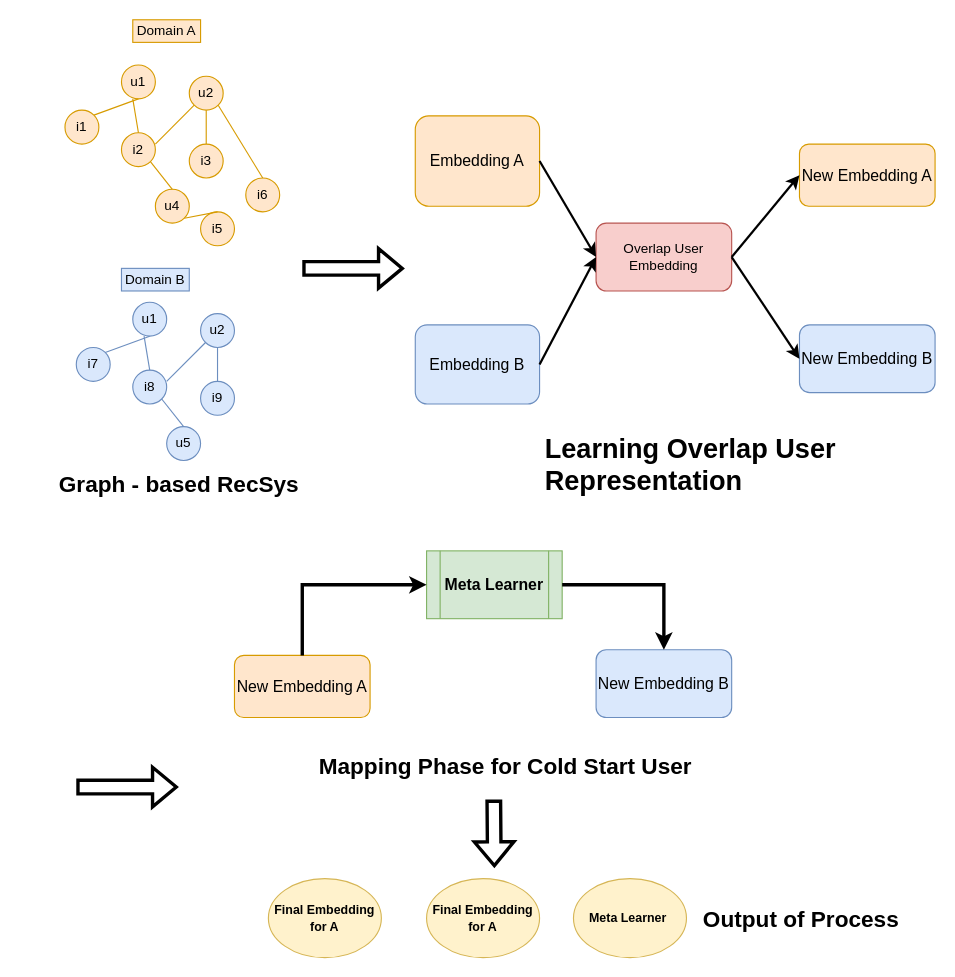
Before: page "Page-2" (2 of 3) of VDT.drawio in minhkks/Mini_Project_VDT, a draw.io diagram. Source tidied: cells renumbered, new cells numbered last; positions are measured from the earlier drawing's top-left corner, leaving out a move shared by most shapes. Both pictures are drawn from the tidied source at 113%, with x=0, y=0 at pixel (53, 19).
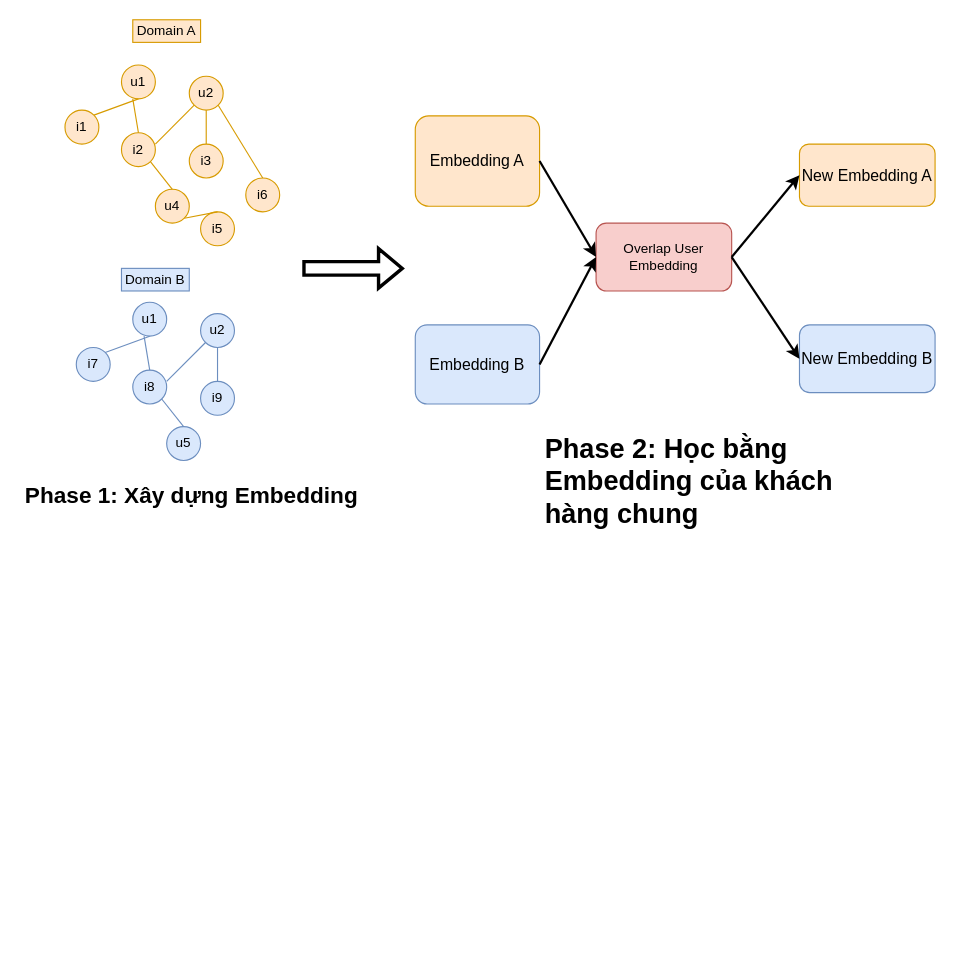
The same page after the edit.

What changed in the source:
```diff
@@
-    <mxCell id="17" value="&lt;h1&gt;&lt;span style=&quot;background-color: initial;&quot;&gt;&lt;font style=&quot;font-size: 20px;&quot;&gt;Graph - based RecSys&lt;/font&gt;&lt;/span&gt;&lt;/h1&gt;" style="text;html=1;strokeColor=none;fillColor=none;spacing=5;spacingTop=-20;whiteSpace=wrap;overflow=hidden;rounded=0;" parent="1" vertex="1">
-      <mxGeometry y="390" width="230" height="40" as="geometry" />
+    <mxCell id="17" value="&lt;h1&gt;&lt;span style=&quot;background-color: initial;&quot;&gt;&lt;font style=&quot;font-size: 20px;&quot;&gt;Phase 1: Xây dựng Embedding&lt;/font&gt;&lt;/span&gt;&lt;/h1&gt;" style="text;html=1;strokeColor=none;fillColor=none;spacing=5;spacingTop=-20;whiteSpace=wrap;overflow=hidden;rounded=0;" parent="1" vertex="1">
+      <mxGeometry x="-30" y="400" width="310" height="40" as="geometry" />
     </mxCell>
@@
-    <mxCell id="37" value="&lt;h1&gt;Learning Overlap User Representation&lt;/h1&gt;" style="text;html=1;strokeColor=none;fillColor=none;spacing=5;spacingTop=-20;whiteSpace=wrap;overflow=hidden;rounded=0;" parent="1" vertex="1">
+    <mxCell id="37" value="&lt;h1&gt;Phase 2: Học bằng Embedding của khách hàng chung&lt;/h1&gt;" style="text;html=1;strokeColor=none;fillColor=none;spacing=5;spacingTop=-20;whiteSpace=wrap;overflow=hidden;rounded=0;" parent="1" vertex="1">
       <mxGeometry x="430" y="360" width="270" height="120" as="geometry" />
     </mxCell>
@@
-    <mxCell id="42" style="shape=flexArrow;endArrow=classic;html=1;rounded=0;strokeWidth=3;" parent="1" edge="1">
-      <mxGeometry relative="1" as="geometry">
-        <mxPoint x="20" y="679" as="sourcePoint" />
-        <mxPoint x="110" y="679" as="targetPoint" />
-      </mxGeometry>
-    </mxCell>
-    <mxCell id="43" value="&lt;span style=&quot;font-size: 14px;&quot;&gt;New Embedding A&lt;/span&gt;" style="rounded=1;whiteSpace=wrap;html=1;fillColor=#ffe6cc;strokeColor=#d79b00;" parent="1" vertex="1">
-      <mxGeometry x="160" y="562.5" width="120" height="55" as="geometry" />
-    </mxCell>
-    <mxCell id="44" value="&lt;span style=&quot;font-size: 14px;&quot;&gt;New Embedding B&lt;/span&gt;" style="rounded=1;whiteSpace=wrap;html=1;fillColor=#dae8fc;strokeColor=#6c8ebf;" parent="1" vertex="1">
-      <mxGeometry x="480" y="557.5" width="120" height="60" as="geometry" />
-    </mxCell>
-    <mxCell id="45" value="&lt;font style=&quot;font-size: 14px;&quot;&gt;&lt;b&gt;Meta Learner&lt;/b&gt;&lt;/font&gt;" style="shape=process;whiteSpace=wrap;html=1;backgroundOutline=1;fillColor=#d5e8d4;strokeColor=#82b366;" parent="1" vertex="1">
-      <mxGeometry x="330" y="470" width="120" height="60" as="geometry" />
-    </mxCell>
-    <mxCell id="46" style="endArrow=classic;html=1;rounded=0;exitX=0.5;exitY=0;exitDx=0;exitDy=0;entryX=0;entryY=0.5;entryDx=0;entryDy=0;strokeWidth=3;" parent="1" edge="1" source="43" target="45">
-      <mxGeometry relative="1" as="geometry">
-        <Array as="points">
-          <mxPoint x="220" y="500" />
-        </Array>
-      </mxGeometry>
-    </mxCell>
-    <mxCell id="47" style="endArrow=classic;html=1;rounded=0;entryX=0.5;entryY=0;entryDx=0;entryDy=0;strokeWidth=3;exitX=1;exitY=0.5;exitDx=0;exitDy=0;" parent="1" edge="1" source="45" target="44">
-      <mxGeometry relative="1" as="geometry">
-        <Array as="points">
-          <mxPoint x="540" y="500" />
-        </Array>
-      </mxGeometry>
-    </mxCell>
-    <mxCell id="48" value="&lt;h1&gt;&lt;span style=&quot;font-size: 20px;&quot;&gt;Mapping Phase for Cold Start User&lt;/span&gt;&lt;/h1&gt;" style="text;html=1;strokeColor=none;fillColor=none;spacing=5;spacingTop=-20;whiteSpace=wrap;overflow=hidden;rounded=0;" parent="1" vertex="1">
-      <mxGeometry x="230" y="640" width="345" height="40" as="geometry" />
-    </mxCell>
-    <mxCell id="49" style="shape=flexArrow;endArrow=classic;html=1;rounded=0;strokeWidth=3;" parent="1" edge="1">
-      <mxGeometry relative="1" as="geometry">
-        <mxPoint x="389.5" y="690" as="sourcePoint" />
-        <mxPoint x="390" y="750" as="targetPoint" />
-      </mxGeometry>
-    </mxCell>
-    <mxCell id="50" value="&lt;font size=&quot;1&quot; style=&quot;&quot;&gt;&lt;b style=&quot;font-size: 11px;&quot;&gt;Final Embedding for A&lt;/b&gt;&lt;/font&gt;" style="ellipse;whiteSpace=wrap;html=1;fillColor=#fff2cc;strokeColor=#d6b656;" parent="1" vertex="1">
-      <mxGeometry x="190" y="760" width="100" height="70" as="geometry" />
-    </mxCell>
-    <mxCell id="51" value="&lt;font size=&quot;1&quot; style=&quot;&quot;&gt;&lt;b style=&quot;font-size: 11px;&quot;&gt;Final Embedding for A&lt;/b&gt;&lt;/font&gt;" style="ellipse;whiteSpace=wrap;html=1;fillColor=#fff2cc;strokeColor=#d6b656;" parent="1" vertex="1">
-      <mxGeometry x="330" y="760" width="100" height="70" as="geometry" />
-    </mxCell>
-    <mxCell id="52" value="&lt;font size=&quot;1&quot; style=&quot;&quot;&gt;&lt;b style=&quot;font-size: 11px;&quot;&gt;Meta Learner&amp;nbsp;&lt;/b&gt;&lt;/font&gt;" style="ellipse;whiteSpace=wrap;html=1;fillColor=#fff2cc;strokeColor=#d6b656;" parent="1" vertex="1">
-      <mxGeometry x="460" y="760" width="100" height="70" as="geometry" />
-    </mxCell>
-    <mxCell id="53" value="&lt;h1&gt;&lt;span style=&quot;font-size: 20px;&quot;&gt;Output of Process&lt;/span&gt;&lt;/h1&gt;" style="text;html=1;strokeColor=none;fillColor=none;spacing=5;spacingTop=-20;whiteSpace=wrap;overflow=hidden;rounded=0;" parent="1" vertex="1">
-      <mxGeometry x="570" y="775" width="200" height="40" as="geometry" />
-    </mxCell>
```
